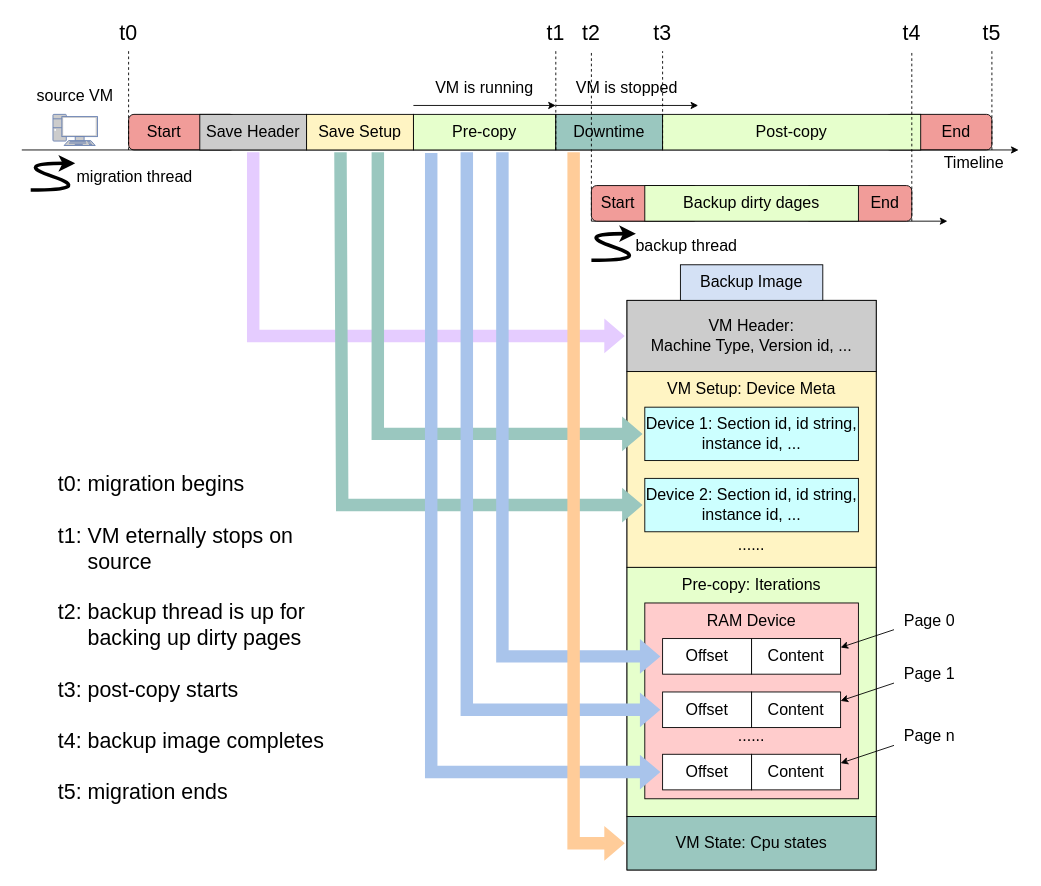
The draw.io diagram qemu-migration/final/backup img + replay.drawio in xuyizhe1999/drawio, before the edit. Source tidied: cells renumbered, new cells numbered last; positions are measured from the earlier drawing's top-left corner, leaving out a move shared by most shapes. Both pictures are drawn from the tidied source at 89%, with x=0, y=0 at pixel (12, 15).
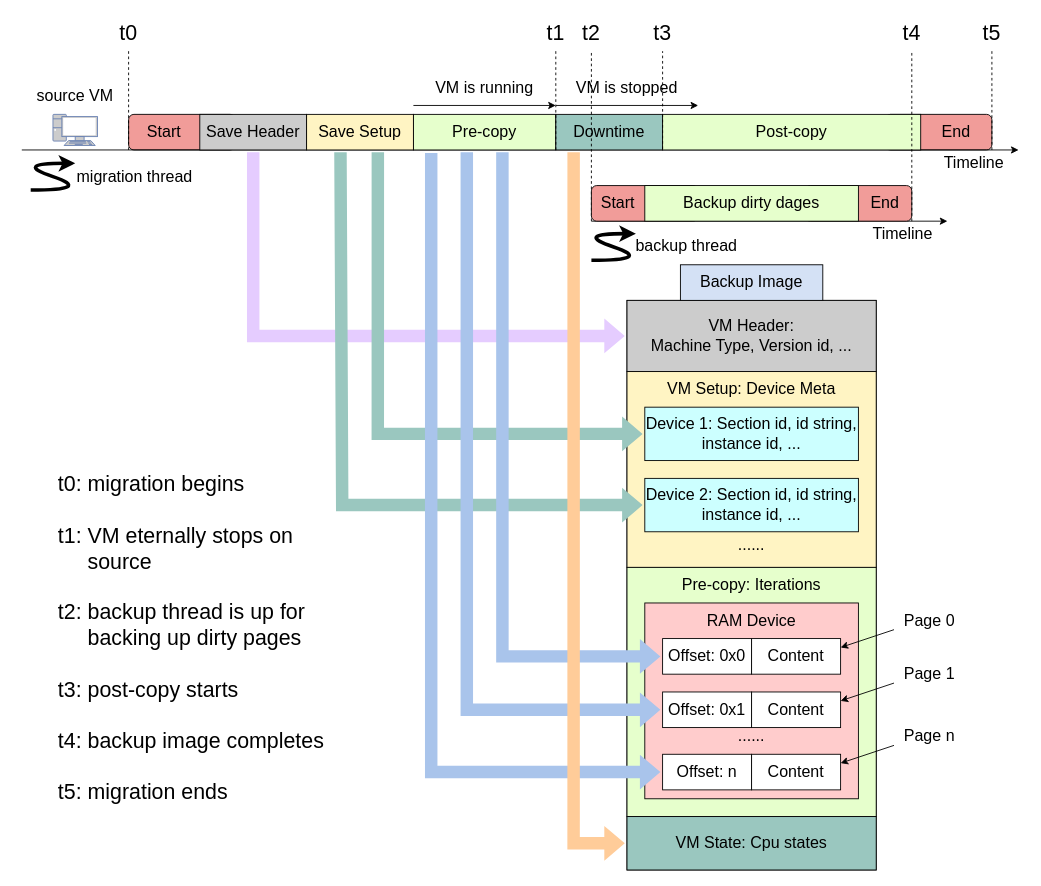
Above is the later version.

Change to the diagram source:
```diff
@@
-    <mxCell id="26" value="&lt;font style=&quot;font-size: 18px;&quot;&gt;Offset&lt;/font&gt;" style="rounded=0;whiteSpace=wrap;html=1;" parent="1" vertex="1">
+    <mxCell id="26" value="&lt;font style=&quot;font-size: 18px;&quot;&gt;Offset: 0x0&lt;/font&gt;" style="rounded=0;whiteSpace=wrap;html=1;" parent="1" vertex="1">
       <mxGeometry x="730" y="700" width="100" height="40" as="geometry" />
     </mxCell>
@@
-    <mxCell id="29" value="&lt;font style=&quot;font-size: 18px;&quot;&gt;Offset&lt;/font&gt;" style="rounded=0;whiteSpace=wrap;html=1;" parent="1" vertex="1">
+    <mxCell id="29" value="&lt;font style=&quot;font-size: 18px;&quot;&gt;Offset: 0x1&lt;/font&gt;" style="rounded=0;whiteSpace=wrap;html=1;" parent="1" vertex="1">
       <mxGeometry x="730" y="760" width="100" height="40" as="geometry" />
     </mxCell>
@@
-    <mxCell id="32" value="&lt;font style=&quot;font-size: 18px;&quot;&gt;Offset&lt;/font&gt;" style="rounded=0;whiteSpace=wrap;html=1;" parent="1" vertex="1">
+    <mxCell id="32" value="&lt;font style=&quot;font-size: 18px;&quot;&gt;Offset: n&lt;/font&gt;" style="rounded=0;whiteSpace=wrap;html=1;" parent="1" vertex="1">
       <mxGeometry x="730" y="830" width="100" height="40" as="geometry" />
     </mxCell>
@@
+    <mxCell id="75" value="Timeline" style="text;html=1;strokeColor=none;fillColor=none;align=center;verticalAlign=middle;whiteSpace=wrap;rounded=0;fontSize=18;" parent="1" vertex="1">
+      <mxGeometry x="950" y="231" width="100" height="30" as="geometry" />
+    </mxCell>
```
